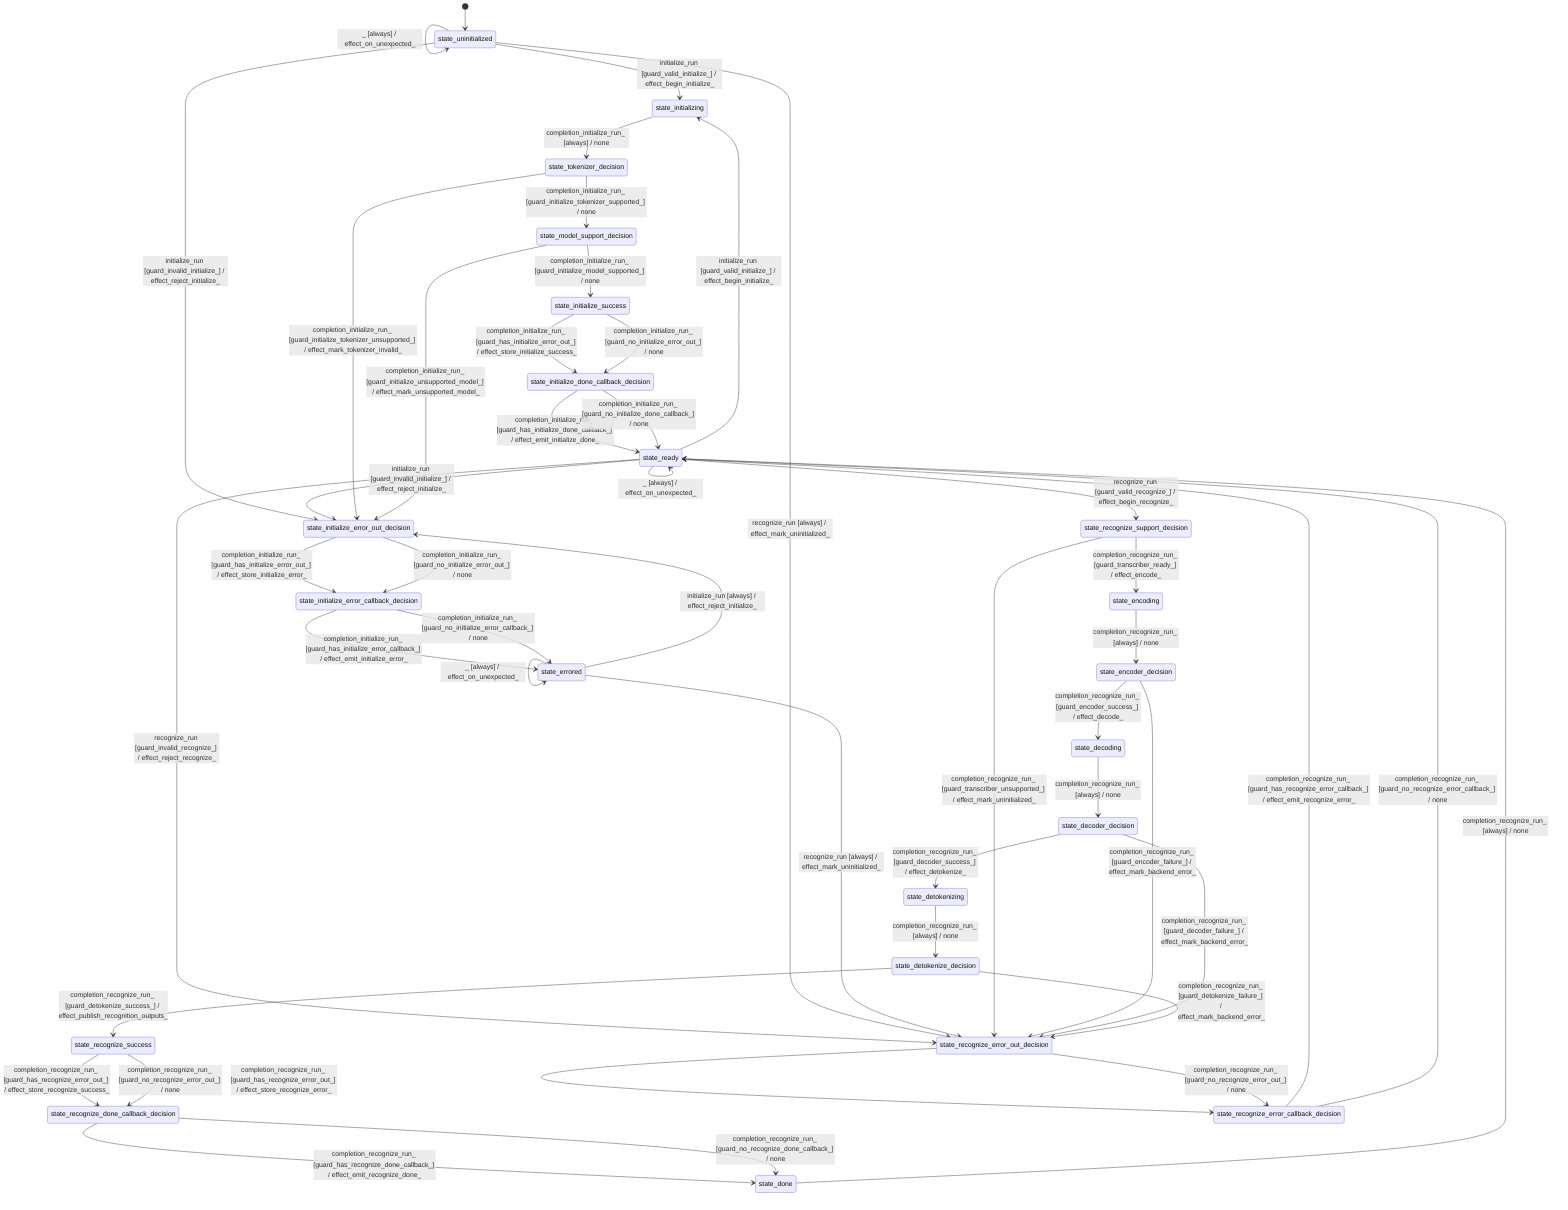
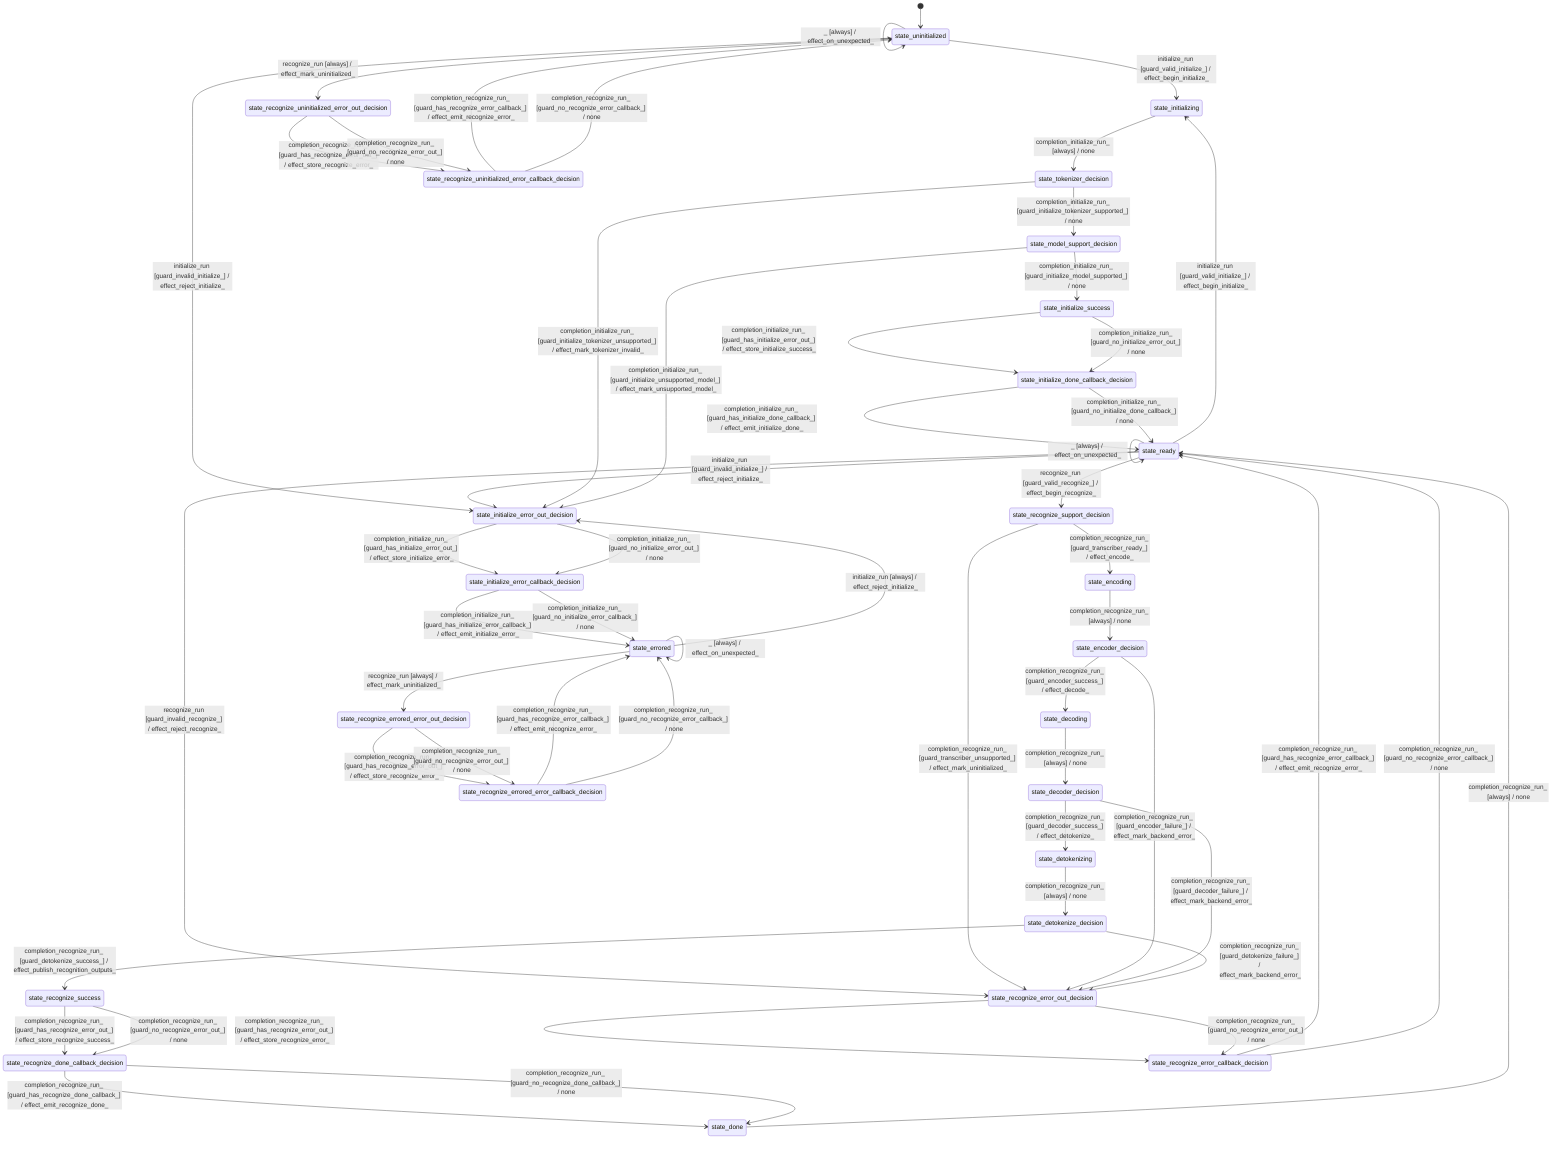
stateDiagram-v2
  direction TB
  [*] --> state_uninitialized
  state_uninitialized --> state_initializing : initialize_run [guard_valid_initialize_] / effect_begin_initialize_
  state_uninitialized --> state_initialize_error_out_decision : initialize_run [guard_invalid_initialize_] / effect_reject_initialize_
  state_ready --> state_initializing : initialize_run [guard_valid_initialize_] / effect_begin_initialize_
  state_ready --> state_initialize_error_out_decision : initialize_run [guard_invalid_initialize_] / effect_reject_initialize_
  state_errored --> state_initialize_error_out_decision : initialize_run [always] / effect_reject_initialize_
  state_initializing --> state_tokenizer_decision : completion_initialize_run_ [always] / none
  state_tokenizer_decision --> state_model_support_decision : completion_initialize_run_ [guard_initialize_tokenizer_supported_] / none
  state_tokenizer_decision --> state_initialize_error_out_decision : completion_initialize_run_ [guard_initialize_tokenizer_unsupported_] / effect_mark_tokenizer_invalid_
  state_model_support_decision --> state_initialize_success : completion_initialize_run_ [guard_initialize_model_supported_] / none
  state_model_support_decision --> state_initialize_error_out_decision : completion_initialize_run_ [guard_initialize_unsupported_model_] / effect_mark_unsupported_model_
  state_initialize_success --> state_initialize_done_callback_decision : completion_initialize_run_ [guard_has_initialize_error_out_] / effect_store_initialize_success_
  state_initialize_success --> state_initialize_done_callback_decision : completion_initialize_run_ [guard_no_initialize_error_out_] / none
  state_initialize_error_out_decision --> state_initialize_error_callback_decision : completion_initialize_run_ [guard_has_initialize_error_out_] / effect_store_initialize_error_
  state_initialize_error_out_decision --> state_initialize_error_callback_decision : completion_initialize_run_ [guard_no_initialize_error_out_] / none
  state_initialize_done_callback_decision --> state_ready : completion_initialize_run_ [guard_has_initialize_done_callback_] / effect_emit_initialize_done_
  state_initialize_done_callback_decision --> state_ready : completion_initialize_run_ [guard_no_initialize_done_callback_] / none
  state_initialize_error_callback_decision --> state_errored : completion_initialize_run_ [guard_has_initialize_error_callback_] / effect_emit_initialize_error_
  state_initialize_error_callback_decision --> state_errored : completion_initialize_run_ [guard_no_initialize_error_callback_] / none
  state_ready --> state_recognize_support_decision : recognize_run [guard_valid_recognize_] / effect_begin_recognize_
  state_ready --> state_recognize_error_out_decision : recognize_run [guard_invalid_recognize_] / effect_reject_recognize_
-   state_uninitialized --> state_recognize_error_out_decision : recognize_run [always] / effect_mark_uninitialized_
-   state_errored --> state_recognize_error_out_decision : recognize_run [always] / effect_mark_uninitialized_
+   state_uninitialized --> state_recognize_uninitialized_error_out_decision : recognize_run [always] / effect_mark_uninitialized_
+   state_errored --> state_recognize_errored_error_out_decision : recognize_run [always] / effect_mark_uninitialized_
  state_recognize_support_decision --> state_recognize_error_out_decision : completion_recognize_run_ [guard_transcriber_unsupported_] / effect_mark_uninitialized_
  state_recognize_support_decision --> state_encoding : completion_recognize_run_ [guard_transcriber_ready_] / effect_encode_
  state_encoding --> state_encoder_decision : completion_recognize_run_ [always] / none
  state_encoder_decision --> state_decoding : completion_recognize_run_ [guard_encoder_success_] / effect_decode_
  state_encoder_decision --> state_recognize_error_out_decision : completion_recognize_run_ [guard_encoder_failure_] / effect_mark_backend_error_
  state_decoding --> state_decoder_decision : completion_recognize_run_ [always] / none
  state_decoder_decision --> state_detokenizing : completion_recognize_run_ [guard_decoder_success_] / effect_detokenize_
  state_decoder_decision --> state_recognize_error_out_decision : completion_recognize_run_ [guard_decoder_failure_] / effect_mark_backend_error_
  state_detokenizing --> state_detokenize_decision : completion_recognize_run_ [always] / none
  state_detokenize_decision --> state_recognize_success : completion_recognize_run_ [guard_detokenize_success_] / effect_publish_recognition_outputs_
  state_detokenize_decision --> state_recognize_error_out_decision : completion_recognize_run_ [guard_detokenize_failure_] / effect_mark_backend_error_
  state_recognize_success --> state_recognize_done_callback_decision : completion_recognize_run_ [guard_has_recognize_error_out_] / effect_store_recognize_success_
  state_recognize_success --> state_recognize_done_callback_decision : completion_recognize_run_ [guard_no_recognize_error_out_] / none
  state_recognize_error_out_decision --> state_recognize_error_callback_decision : completion_recognize_run_ [guard_has_recognize_error_out_] / effect_store_recognize_error_
  state_recognize_error_out_decision --> state_recognize_error_callback_decision : completion_recognize_run_ [guard_no_recognize_error_out_] / none
  state_recognize_done_callback_decision --> state_done : completion_recognize_run_ [guard_has_recognize_done_callback_] / effect_emit_recognize_done_
  state_recognize_done_callback_decision --> state_done : completion_recognize_run_ [guard_no_recognize_done_callback_] / none
  state_recognize_error_callback_decision --> state_ready : completion_recognize_run_ [guard_has_recognize_error_callback_] / effect_emit_recognize_error_
  state_recognize_error_callback_decision --> state_ready : completion_recognize_run_ [guard_no_recognize_error_callback_] / none
  state_done --> state_ready : completion_recognize_run_ [always] / none
+   state_recognize_uninitialized_error_out_decision --> state_recognize_uninitialized_error_callback_decision : completion_recognize_run_ [guard_has_recognize_error_out_] / effect_store_recognize_error_
+   state_recognize_uninitialized_error_out_decision --> state_recognize_uninitialized_error_callback_decision : completion_recognize_run_ [guard_no_recognize_error_out_] / none
+   state_recognize_uninitialized_error_callback_decision --> state_uninitialized : completion_recognize_run_ [guard_has_recognize_error_callback_] / effect_emit_recognize_error_
+   state_recognize_uninitialized_error_callback_decision --> state_uninitialized : completion_recognize_run_ [guard_no_recognize_error_callback_] / none
+   state_recognize_errored_error_out_decision --> state_recognize_errored_error_callback_decision : completion_recognize_run_ [guard_has_recognize_error_out_] / effect_store_recognize_error_
+   state_recognize_errored_error_out_decision --> state_recognize_errored_error_callback_decision : completion_recognize_run_ [guard_no_recognize_error_out_] / none
+   state_recognize_errored_error_callback_decision --> state_errored : completion_recognize_run_ [guard_has_recognize_error_callback_] / effect_emit_recognize_error_
+   state_recognize_errored_error_callback_decision --> state_errored : completion_recognize_run_ [guard_no_recognize_error_callback_] / none
  state_uninitialized --> state_uninitialized : _ [always] / effect_on_unexpected_
  state_ready --> state_ready : _ [always] / effect_on_unexpected_
  state_errored --> state_errored : _ [always] / effect_on_unexpected_
